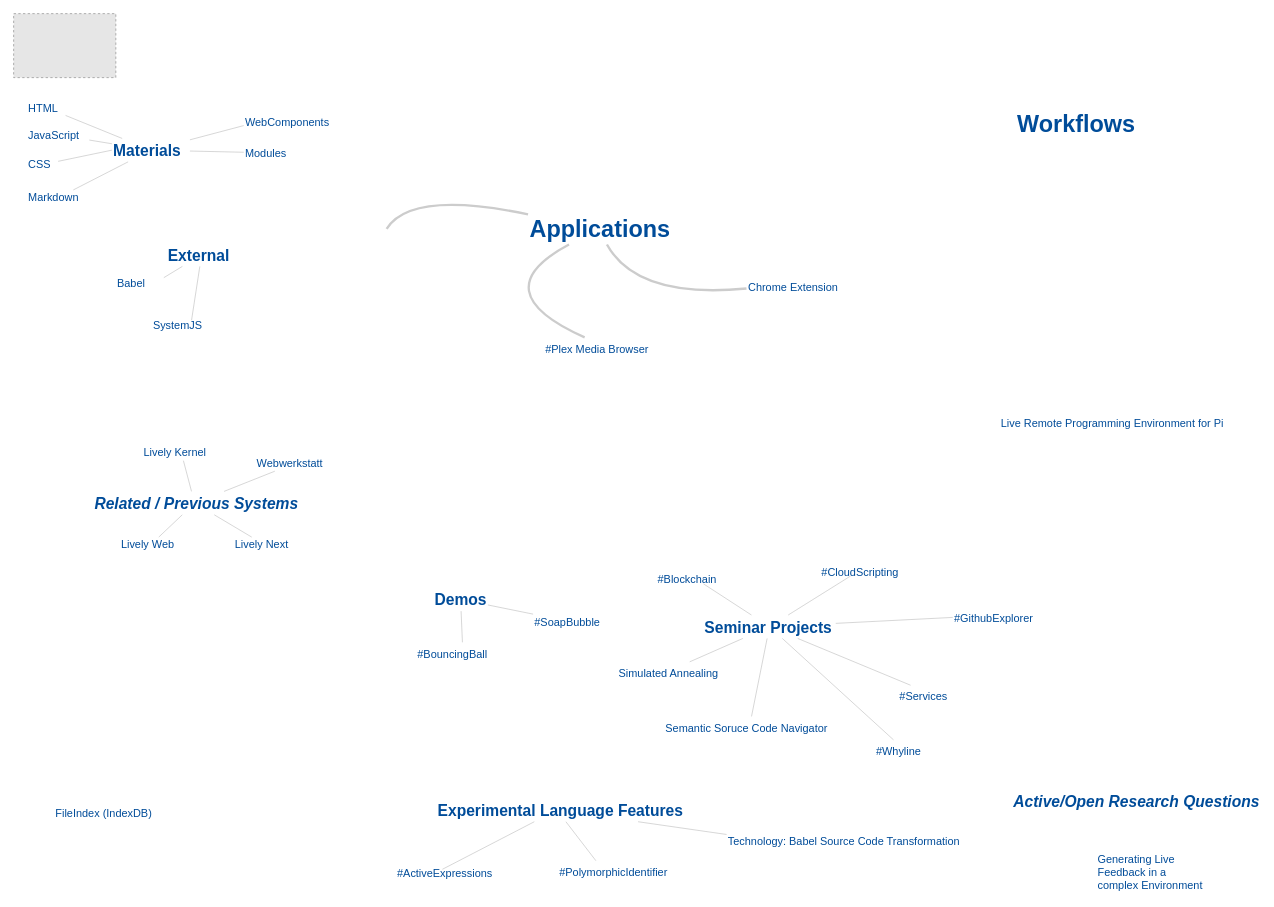
The draw.io diagram doc/figures/figure1.drawio in LivelyKernel/lively4-core, before the edit. Source tidied: cells renumbered, new cells numbered last; positions are measured from the earlier drawing's top-left corner, leaving out a move shared by most shapes. Both pictures are drawn from the tidied source at 78%, with x=0, y=0 at pixel (13, 13). Pictures stored in the file or linked from it are replaced by grey dashed boxes.
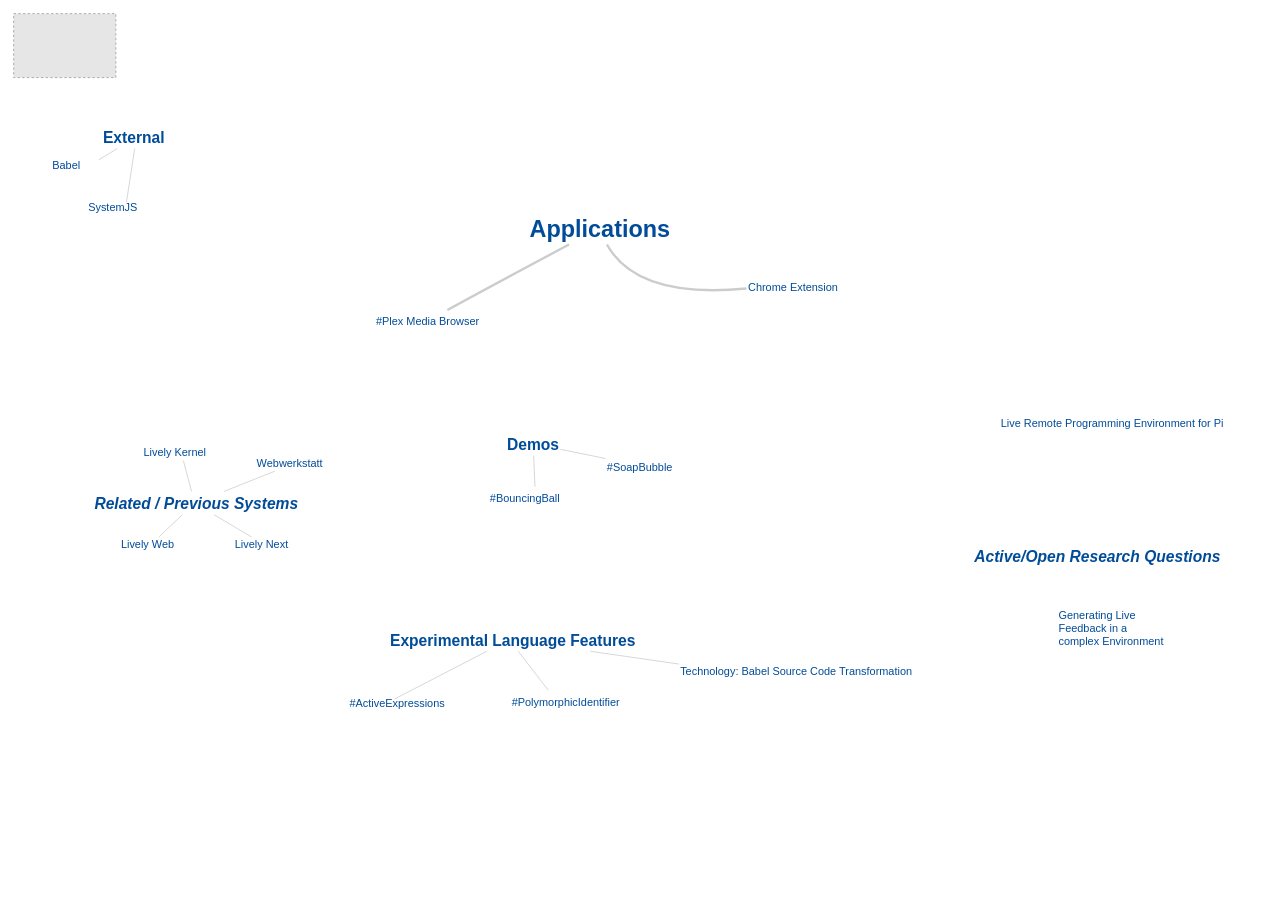
After the change.

Unchanged cells that the change refers to:
```xml
<mxCell id="50" value="Applications" style="text;html=1;fontSize=30;fontColor=#004C99;fontStyle=1;verticalAlign=middle;" parent="1" vertex="1">
  <mxGeometry x="659.5" y="256" width="180" height="40" as="geometry" />
</mxCell>
```

The edit, as a diff of the source:
```diff
@@
-    <mxCell id="2" value="HTML" style="html=1;fontSize=14;fontColor=#004C99;align=left;strokeColor=none;fillColor=none;gradientColor=none;" parent="1" vertex="1">
-      <mxGeometry x="17" y="110.5" width="50" height="20" as="geometry" />
-    </mxCell>
-    <mxCell id="3" value="WebComponents" style="html=1;fontSize=14;fontColor=#004C99;align=left;strokeColor=none;fillColor=none;gradientColor=none;" parent="1" vertex="1">
-      <mxGeometry x="295" y="128.5" width="120" height="20" as="geometry" />
-    </mxCell>
     <mxCell id="4" value="SystemJS" style="whiteSpace=wrap;html=1;fontSize=14;fontColor=#004C99;align=left;strokeColor=none;fillColor=none;gradientColor=none;labelBorderColor=none;" parent="1" vertex="1">
-      <mxGeometry x="177" y="393" width="100" height="14" as="geometry" />
+      <mxGeometry x="93.5" y="242" width="100" height="14" as="geometry" />
     </mxCell>
     <mxCell id="5" value="Babel" style="whiteSpace=wrap;html=1;fontSize=14;fontColor=#004C99;align=left;strokeColor=none;fillColor=none;gradientColor=none;labelBorderColor=none;" parent="1" vertex="1">
-      <mxGeometry x="131" y="338.5" width="100" height="14" as="geometry" />
+      <mxGeometry x="47.5" y="187.5" width="100" height="14" as="geometry" />
     </mxCell>
@@
-    <mxCell id="7" value="JavaScript" style="html=1;fontSize=14;fontColor=#004C99;align=left;strokeColor=none;fillColor=none;gradientColor=none;" parent="1" vertex="1">
-      <mxGeometry x="17" y="145.5" width="80" height="20" as="geometry" />
-    </mxCell>
-    <mxCell id="8" value="CSS" style="html=1;fontSize=14;fontColor=#004C99;align=left;strokeColor=none;fillColor=none;gradientColor=none;" parent="1" vertex="1">
-      <mxGeometry x="17" y="183.5" width="40" height="20" as="geometry" />
-    </mxCell>
-    <mxCell id="9" value="Markdown" style="html=1;fontSize=14;fontColor=#004C99;align=left;strokeColor=none;fillColor=none;gradientColor=none;" parent="1" vertex="1">
-      <mxGeometry x="17" y="226" width="80" height="20" as="geometry" />
-    </mxCell>
-    <mxCell id="10" value="Modules" style="html=1;fontSize=14;fontColor=#004C99;align=left;strokeColor=none;fillColor=none;gradientColor=none;" parent="1" vertex="1">
-      <mxGeometry x="295" y="168.5" width="70" height="20" as="geometry" />
-    </mxCell>
@@
     <mxCell id="20" value="&lt;span&gt;&lt;i&gt;Active/Open Research Questions&lt;/i&gt;&lt;/span&gt;" style="text;html=1;strokeColor=none;fillColor=none;align=left;verticalAlign=middle;labelPosition=center;verticalLabelPosition=middle;labelBorderColor=none;fontSize=20;fontColor=#004C99;fontStyle=1;" parent="1" vertex="1">
-      <mxGeometry x="1280" y="994" width="310" height="30" as="geometry" />
+      <mxGeometry x="1230" y="681" width="310" height="30" as="geometry" />
     </mxCell>
     <mxCell id="21" value="Generating Live Feedback in a complex Environment" style="whiteSpace=wrap;html=1;fontSize=14;fontColor=#004C99;align=left;strokeColor=none;fillColor=none;gradientColor=none;labelBorderColor=none;" parent="1" vertex="1">
-      <mxGeometry x="1388" y="1073" width="140" height="55" as="geometry" />
+      <mxGeometry x="1338" y="760" width="140" height="55" as="geometry" />
     </mxCell>
-    <mxCell id="22" value="&amp;nbsp;FileIndex (IndexDB)" style="text;html=1;fontSize=14;fontColor=#004C99;verticalAlign=middle;" parent="1" vertex="1">
-      <mxGeometry x="47.5" y="1015" width="140" height="20" as="geometry" />
-    </mxCell>
-    <mxCell id="23" style="edgeStyle=none;jettySize=auto;html=1;shadow=0;endArrow=none;strokeColor=#CCCCCC;strokeWidth=1;fontSize=14;fontColor=#004C99;" parent="1" edge="1" source="30" target="35">
-      <mxGeometry relative="1" as="geometry" />
-    </mxCell>
-    <mxCell id="24" style="edgeStyle=none;jettySize=auto;html=1;shadow=0;endArrow=none;strokeColor=#CCCCCC;strokeWidth=1;fontSize=14;fontColor=#004C99;" parent="1" edge="1" source="30" target="34">
-      <mxGeometry relative="1" as="geometry" />
-    </mxCell>
-    <mxCell id="25" style="edgeStyle=none;jettySize=auto;html=1;shadow=0;endArrow=none;strokeColor=#CCCCCC;strokeWidth=1;fontSize=14;fontColor=#004C99;" parent="1" edge="1" source="30" target="31">
-      <mxGeometry relative="1" as="geometry" />
-    </mxCell>
-    <mxCell id="26" style="edgeStyle=none;jettySize=auto;html=1;shadow=0;endArrow=none;strokeColor=#CCCCCC;strokeWidth=1;fontSize=14;fontColor=#004C99;" parent="1" edge="1" source="30" target="32">
-      <mxGeometry relative="1" as="geometry" />
-    </mxCell>
-    <mxCell id="27" style="edgeStyle=none;jettySize=auto;html=1;shadow=0;endArrow=none;strokeColor=#CCCCCC;strokeWidth=1;fontSize=14;fontColor=#004C99;" parent="1" edge="1" source="30" target="33">
-      <mxGeometry relative="1" as="geometry" />
-    </mxCell>
-    <mxCell id="28" style="edgeStyle=none;jettySize=auto;html=1;shadow=0;endArrow=none;strokeColor=#CCCCCC;strokeWidth=1;fontSize=14;fontColor=#004C99;" parent="1" edge="1" source="30" target="36">
-      <mxGeometry relative="1" as="geometry" />
-    </mxCell>
-    <mxCell id="29" style="edgeStyle=none;jettySize=auto;html=1;shadow=0;endArrow=none;strokeColor=#CCCCCC;strokeWidth=1;fontSize=14;fontColor=#004C99;" parent="1" edge="1" source="30" target="37">
-      <mxGeometry relative="1" as="geometry" />
-    </mxCell>
-    <mxCell id="30" value="Seminar Projects" style="text;html=1;fontSize=20;fontColor=#004C99;fontStyle=1;verticalAlign=middle;" parent="1" vertex="1">
-      <mxGeometry x="884" y="771" width="170" height="30" as="geometry" />
-    </mxCell>
-    <mxCell id="31" value="#Blockchain" style="text;html=1;fontSize=14;fontColor=#004C99;" parent="1" vertex="1">
-      <mxGeometry x="824" y="711" width="90" height="20" as="geometry" />
-    </mxCell>
-    <mxCell id="32" value="#CloudScripting" style="text;html=1;fontSize=14;fontColor=#004C99;" parent="1" vertex="1">
-      <mxGeometry x="1034" y="701" width="110" height="20" as="geometry" />
-    </mxCell>
-    <mxCell id="33" value="#GithubExplorer" style="text;html=1;fontSize=14;fontColor=#004C99;" parent="1" vertex="1">
-      <mxGeometry x="1204" y="761" width="120" height="20" as="geometry" />
-    </mxCell>
-    <mxCell id="34" value="Simulated Annealing" style="text;html=1;fontSize=14;fontColor=#004C99;" parent="1" vertex="1">
-      <mxGeometry x="774" y="831" width="140" height="20" as="geometry" />
-    </mxCell>
-    <mxCell id="35" value="Semantic Soruce Code Navigator" style="text;html=1;fontSize=14;fontColor=#004C99;" parent="1" vertex="1">
-      <mxGeometry x="834" y="901" width="220" height="20" as="geometry" />
-    </mxCell>
-    <mxCell id="36" value="#Services" style="text;html=1;fontSize=14;fontColor=#004C99;" parent="1" vertex="1">
-      <mxGeometry x="1134" y="861" width="80" height="20" as="geometry" />
-    </mxCell>
-    <mxCell id="37" value="#Whyline" style="text;html=1;fontSize=14;fontColor=#004C99;" parent="1" vertex="1">
-      <mxGeometry x="1104" y="931" width="70" height="20" as="geometry" />
-    </mxCell>
@@
     <mxCell id="40" value="Demos" style="text;html=1;fontSize=20;fontColor=#004C99;fontStyle=1;verticalAlign=middle;" parent="1" vertex="1">
-      <mxGeometry x="538" y="736" width="70" height="30" as="geometry" />
+      <mxGeometry x="631" y="536.5" width="70" height="30" as="geometry" />
     </mxCell>
     <mxCell id="41" value="#BouncingBall" style="text;html=1;fontSize=14;fontColor=#004C99;" parent="1" vertex="1">
-      <mxGeometry x="516" y="806" width="120" height="30" as="geometry" />
+      <mxGeometry x="609" y="606.5" width="120" height="30" as="geometry" />
     </mxCell>
     <mxCell id="42" value="#SoapBubble" style="text;html=1;fontSize=14;fontColor=#004C99;" parent="1" vertex="1">
-      <mxGeometry x="666" y="766" width="110" height="30" as="geometry" />
+      <mxGeometry x="759" y="566.5" width="110" height="30" as="geometry" />
     </mxCell>
@@
     <mxCell id="46" value="&lt;span&gt;Experimental Language Features&lt;br&gt;&lt;/span&gt;" style="text;html=1;fontSize=20;fontColor=#004C99;fontStyle=1;verticalAlign=middle;" parent="1" vertex="1">
-      <mxGeometry x="541.5" y="1006" width="310" height="30" as="geometry" />
+      <mxGeometry x="480.5" y="787.5" width="310" height="30" as="geometry" />
     </mxCell>
     <mxCell id="47" value="&lt;div&gt;Technology: Babel Source Code Transformation&lt;/div&gt;&lt;div&gt;&lt;br&gt;&lt;/div&gt;" style="text;html=1;fontSize=14;fontColor=#004C99;" parent="1" vertex="1">
-      <mxGeometry x="914" y="1046" width="120" height="30" as="geometry" />
+      <mxGeometry x="853" y="827.5" width="120" height="30" as="geometry" />
     </mxCell>
     <mxCell id="48" value="#PolymorphicIdentifier" style="text;html=1;fontSize=14;fontColor=#004C99;" parent="1" vertex="1">
-      <mxGeometry x="698" y="1086" width="120" height="30" as="geometry" />
+      <mxGeometry x="637" y="867.5" width="120" height="30" as="geometry" />
     </mxCell>
     <mxCell id="49" value="#ActiveExpressions" style="text;html=1;points=[];align=left;verticalAlign=middle;fontSize=14;fontColor=#004C99;" parent="1" vertex="1">
-      <mxGeometry x="490" y="1097" width="100" height="10" as="geometry" />
+      <mxGeometry x="429" y="878.5" width="100" height="10" as="geometry" />
     </mxCell>
@@
     <mxCell id="52" value="#Plex Media Browser" style="text;html=1;fontSize=14;fontColor=#004C99;" parent="1" vertex="1">
-      <mxGeometry x="679.5" y="415" width="150" height="20" as="geometry" />
+      <mxGeometry x="463" y="380" width="150" height="20" as="geometry" />
     </mxCell>
@@
-    <mxCell id="54" style="endArrow=none;html=1;shadow=0;strokeColor=#CCCCCC;strokeWidth=3;fontSize=14;fontColor=#004C99;curved=1;verticalAlign=middle;" parent="1" edge="1" target="50">
-      <mxGeometry relative="1" as="geometry">
-        <mxPoint x="478.2" y="276" as="sourcePoint" />
-        <Array as="points">
-          <mxPoint x="509.5" y="226" />
-        </Array>
-      </mxGeometry>
-    </mxCell>
@@
-    <mxCell id="57" value="Workflows" style="text;html=1;fontSize=30;fontColor=#004C99;fontStyle=1;verticalAlign=middle;" parent="1" vertex="1">
-      <mxGeometry x="1285" y="120.5" width="150" height="40" as="geometry" />
-    </mxCell>
-    <mxCell id="58" style="edgeStyle=none;jettySize=auto;html=1;shadow=0;endArrow=none;strokeColor=#CCCCCC;strokeWidth=1;fontSize=14;fontColor=#004C99;" parent="1" edge="1" source="64" target="9">
-      <mxGeometry relative="1" as="geometry" />
-    </mxCell>
-    <mxCell id="59" style="edgeStyle=none;jettySize=auto;html=1;exitX=0;exitY=0.5;exitDx=0;exitDy=0;shadow=0;endArrow=none;strokeColor=#CCCCCC;strokeWidth=1;fontSize=14;fontColor=#004C99;" parent="1" edge="1" source="64" target="8">
-      <mxGeometry relative="1" as="geometry" />
-    </mxCell>
-    <mxCell id="60" style="edgeStyle=none;jettySize=auto;html=1;shadow=0;endArrow=none;strokeColor=#CCCCCC;strokeWidth=1;fontSize=14;fontColor=#004C99;" parent="1" edge="1" source="64" target="7">
-      <mxGeometry relative="1" as="geometry" />
-    </mxCell>
-    <mxCell id="61" style="edgeStyle=none;jettySize=auto;html=1;shadow=0;endArrow=none;strokeColor=#CCCCCC;strokeWidth=1;fontSize=14;fontColor=#004C99;" parent="1" edge="1" source="64" target="2">
-      <mxGeometry relative="1" as="geometry" />
-    </mxCell>
-    <mxCell id="62" style="edgeStyle=none;jettySize=auto;html=1;entryX=0;entryY=0.75;entryDx=0;entryDy=0;shadow=0;endArrow=none;strokeColor=#CCCCCC;strokeWidth=1;fontSize=14;fontColor=#004C99;" parent="1" edge="1" source="64" target="3">
-      <mxGeometry relative="1" as="geometry" />
-    </mxCell>
-    <mxCell id="63" style="edgeStyle=none;jettySize=auto;html=1;shadow=0;endArrow=none;strokeColor=#CCCCCC;strokeWidth=1;fontSize=14;fontColor=#004C99;" parent="1" edge="1" source="64" target="10">
-      <mxGeometry relative="1" as="geometry" />
-    </mxCell>
-    <mxCell id="64" value="Materials" style="text;html=1;fontColor=#004C99;fontSize=20;fontStyle=1;verticalAlign=middle;" parent="1" vertex="1">
-      <mxGeometry x="126" y="160" width="100" height="30" as="geometry" />
-    </mxCell>
@@
     <mxCell id="67" value="External" style="text;html=1;points=[];align=left;verticalAlign=middle;fontSize=20;fontColor=#004C99;fontStyle=1;labelBorderColor=none;" parent="1" vertex="1">
-      <mxGeometry x="196" y="294" width="90" height="30" as="geometry" />
+      <mxGeometry x="112.5" y="143" width="90" height="30" as="geometry" />
     </mxCell>
```
